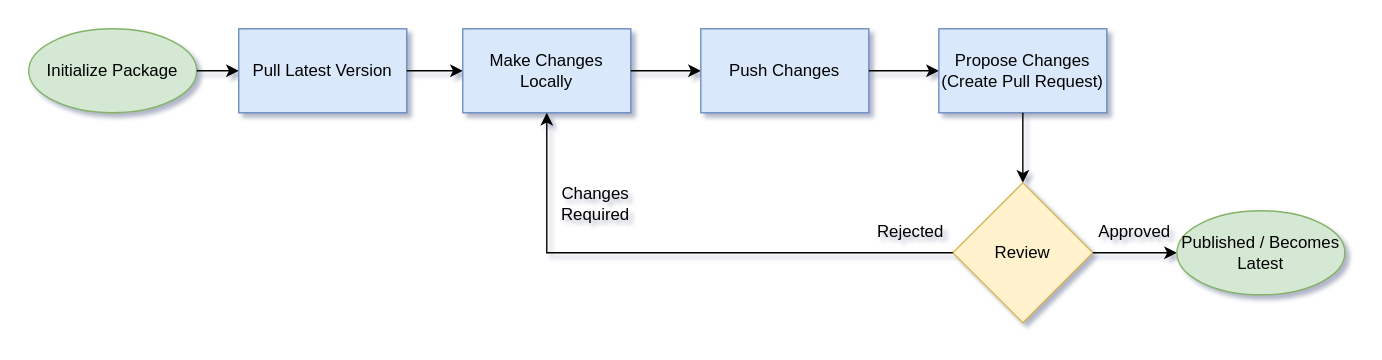
Earlier version of the draw.io export static/images/porch/flowchart.drawio.svg (nephio-project/docs). Source tidied: cells renumbered, new cells last; positions are measured from the earlier drawing's top-left corner, leaving out a move shared by most shapes. Source of this version:
```xml
<mxGraphModel>
  <root>
    <mxCell id="0" />
    <mxCell id="1" parent="0" />
    <mxCell id="2" value="Initialize Package" style="ellipse;whiteSpace=wrap;html=1;fillColor=#d5e8d4;strokeColor=#82b366;" parent="1" vertex="1">
      <mxGeometry width="120" height="60" as="geometry" />
    </mxCell>
    <mxCell id="3" style="endArrow=classic;html=1;rounded=0;" parent="1" edge="1" source="2" target="4">
      <mxGeometry relative="1" as="geometry" />
    </mxCell>
    <mxCell id="4" value="Pull Latest Version" style="rounded=0;whiteSpace=wrap;html=1;fillColor=#dae8fc;strokeColor=#6c8ebf;" parent="1" vertex="1">
      <mxGeometry x="150" width="120" height="60" as="geometry" />
    </mxCell>
    <mxCell id="5" style="endArrow=classic;html=1;rounded=0;" parent="1" edge="1" source="4" target="6">
      <mxGeometry relative="1" as="geometry" />
    </mxCell>
    <mxCell id="6" value="Make Changes Locally" style="rounded=0;whiteSpace=wrap;html=1;fillColor=#dae8fc;strokeColor=#6c8ebf;" parent="1" vertex="1">
      <mxGeometry x="310" width="120" height="60" as="geometry" />
    </mxCell>
    <mxCell id="7" style="endArrow=classic;html=1;rounded=0;" parent="1" edge="1" source="6" target="8">
      <mxGeometry relative="1" as="geometry" />
    </mxCell>
    <mxCell id="8" value="Push Changes" style="rounded=0;whiteSpace=wrap;html=1;fillColor=#dae8fc;strokeColor=#6c8ebf;" parent="1" vertex="1">
      <mxGeometry x="480" width="120" height="60" as="geometry" />
    </mxCell>
    <mxCell id="9" style="endArrow=classic;html=1;rounded=0;" parent="1" edge="1" source="8" target="10">
      <mxGeometry relative="1" as="geometry" />
    </mxCell>
    <mxCell id="10" value="Propose Changes&lt;br&gt;(Create Pull Request)" style="rounded=0;whiteSpace=wrap;html=1;fillColor=#dae8fc;strokeColor=#6c8ebf;" parent="1" vertex="1">
      <mxGeometry x="650" width="120" height="60" as="geometry" />
    </mxCell>
    <mxCell id="11" style="endArrow=classic;html=1;rounded=0;" parent="1" edge="1" source="10" target="12">
      <mxGeometry relative="1" as="geometry" />
    </mxCell>
    <mxCell id="12" value="Review" style="rhombus;whiteSpace=wrap;html=1;fillColor=#fff2cc;strokeColor=#d6b656;" parent="1" vertex="1">
      <mxGeometry x="660" y="110" width="100" height="100" as="geometry" />
    </mxCell>
    <mxCell id="13" style="endArrow=classic;html=1;rounded=0;" parent="1" edge="1" source="12" target="15">
      <mxGeometry relative="1" as="geometry" />
    </mxCell>
    <mxCell id="14" value="Approved" style="text;html=1;strokeColor=none;fillColor=none;align=center;verticalAlign=middle;whiteSpace=wrap;rounded=0;" parent="1" vertex="1">
      <mxGeometry x="760" y="130" width="60" height="30" as="geometry" />
    </mxCell>
    <mxCell id="15" value="Published / Becomes Latest" style="ellipse;whiteSpace=wrap;html=1;fillColor=#d5e8d4;strokeColor=#82b366;" parent="1" vertex="1">
      <mxGeometry x="820" y="130" width="120" height="60" as="geometry" />
    </mxCell>
    <mxCell id="16" style="endArrow=classic;html=1;rounded=0;exitX=0;exitY=0.5;strokeWidth=1;entryX=0;entryY=0.5;exitDx=0;exitDy=0;" parent="1" edge="1" source="12">
      <mxGeometry relative="1" as="geometry">
        <mxPoint x="370" y="60" as="targetPoint" />
        <Array as="points">
          <mxPoint x="370" y="160" />
        </Array>
      </mxGeometry>
    </mxCell>
    <mxCell id="17" value="Rejected" style="text;html=1;strokeColor=none;fillColor=none;align=center;verticalAlign=middle;whiteSpace=wrap;rounded=0;" parent="1" vertex="1">
      <mxGeometry x="600" y="130" width="60" height="30" as="geometry" />
    </mxCell>
    <mxCell id="18" value="Changes Required" style="text;html=1;strokeColor=none;fillColor=none;align=center;verticalAlign=middle;whiteSpace=wrap;rounded=0;" parent="1" vertex="1">
      <mxGeometry x="360" y="110" width="90" height="30" as="geometry" />
    </mxCell>
  </root>
</mxGraphModel>
```
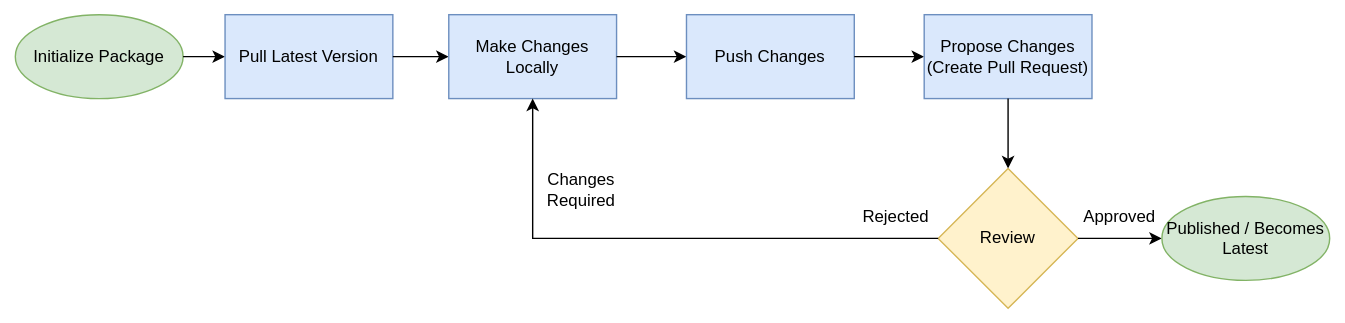
After the change.

Commit message:
better schemas and tables

Change to the diagram source:
```diff
@@ -44,14 +44,14 @@
     <mxCell id="15" value="Published / Becomes Latest" style="ellipse;whiteSpace=wrap;html=1;fillColor=#d5e8d4;strokeColor=#82b366;" parent="1" vertex="1">
       <mxGeometry x="820" y="130" width="120" height="60" as="geometry" />
     </mxCell>
-    <mxCell id="16" style="endArrow=classic;html=1;rounded=0;exitX=0;exitY=0.5;strokeWidth=1;entryX=0;entryY=0.5;exitDx=0;exitDy=0;" parent="1" edge="1" source="12">
-      <mxGeometry relative="1" as="geometry">
-        <mxPoint x="370" y="60" as="targetPoint" />
-        <Array as="points">
-          <mxPoint x="370" y="160" />
-        </Array>
-      </mxGeometry>
-    </mxCell>
+    <mxCell id="19" style="endArrow=classic;html=1;rounded=0;exitX=0;exitY=0.5;strokeWidth=1;entryX=0;entryY=0.5;exitDx=0;exitDy=0;" parent="1" edge="1" source="12">
+      <mxGeometry relative="1" as="geometry">
+        <mxPoint x="370" y="60" as="targetPoint" />
+        <Array as="points">
+          <mxPoint x="370" y="160" />
+        </Array>
+      </mxGeometry>
+    </mxCell>
     <mxCell id="17" value="Rejected" style="text;html=1;strokeColor=none;fillColor=none;align=center;verticalAlign=middle;whiteSpace=wrap;rounded=0;" parent="1" vertex="1">
       <mxGeometry x="600" y="130" width="60" height="30" as="geometry" />
     </mxCell>
```
